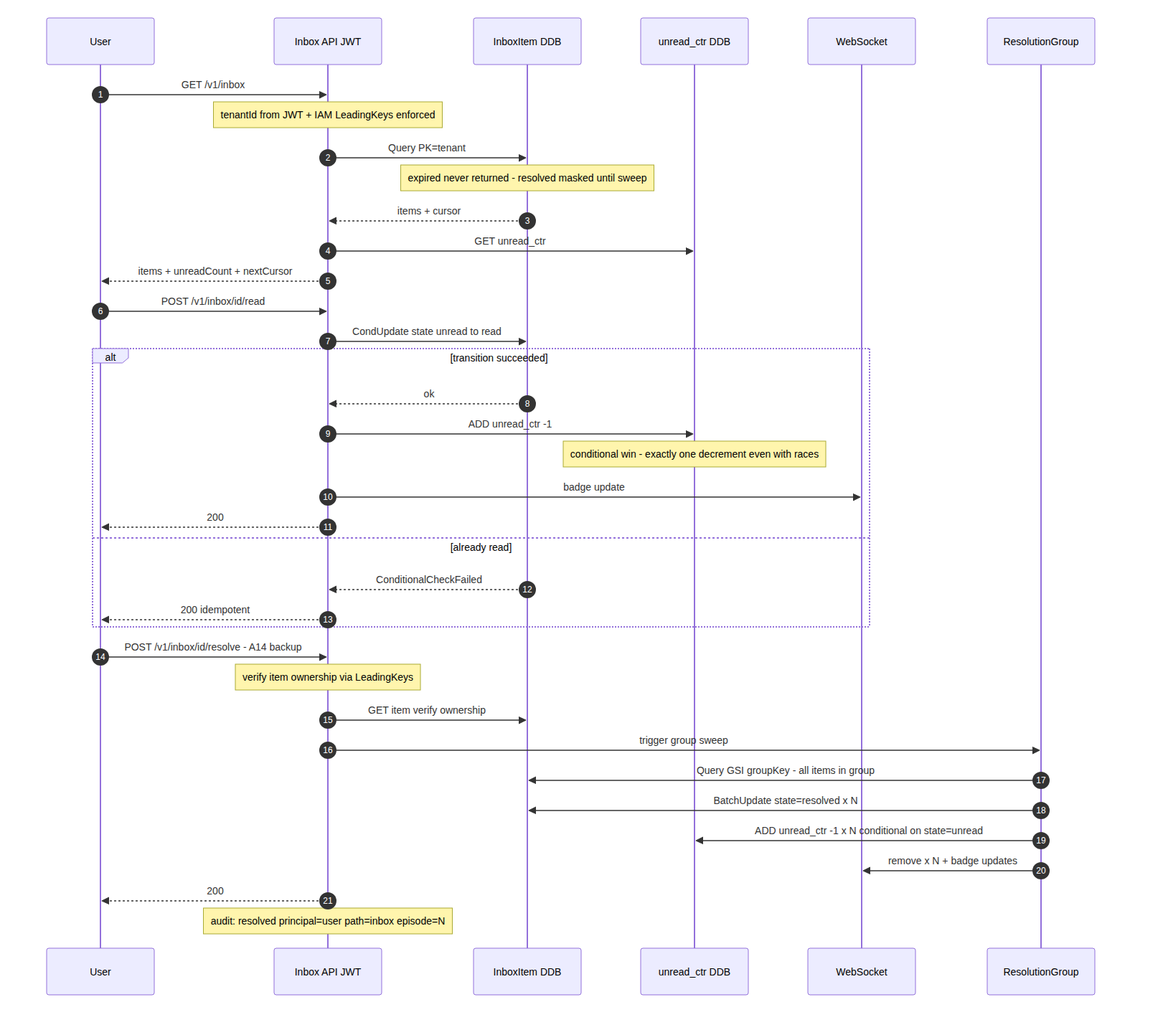
This is diagrams/f4_inbox.png from yaronyudov/CentralNotificationService, a Mermaid export, as it was before one commit. Its source is kept beside it as diagrams/f4_inbox.mmd. Its diagram source:
```mermaid
sequenceDiagram
    autonumber
    participant U as User (browser)
    participant API as Inbox API<br/>(JWT: tenantId from token)
    participant DB as InboxItem<br/>(DDB PK=tenant#user)
    participant CTR as unread_ctr<br/>(same DDB item)
    participant WS as WebSocket
    participant RG as ResolutionGroup

    U->>API: GET /v1/inbox (JWT)
    Note over API: tenantId from JWT — LeadingKeys IAM enforces it
    API->>DB: Query PK=tenant#user WHERE expiresAt>now AND state IN(unread,read)
    Note over DB: visibility filter: expired never returned<br/>resolved items masked until sweep lands
    DB-->>API: page of items + cursor
    API->>CTR: GET unread_ctr
    CTR-->>API: count
    API-->>U: {items, unreadCount, nextCursor}

    U->>API: POST /v1/inbox/{id}/read
    API->>DB: CondUpdate state=unread→read (condition: state=unread)
    alt transition succeeded
        DB-->>API: ok
        API->>CTR: ADD unread_ctr -1
        Note over CTR: atomic; conditional win ensures exactly one decrement
        alt type.dismissOnRead=true
            API->>DB: CondUpdate state=read→dismissed
        end
        API-->>U: 200
        API->>WS: badge update
    else already read/dismissed
        DB-->>API: ConditionalCheckFailed
        API-->>U: 200 (idempotent)
    end

    U->>API: POST /v1/inbox/{id}/resolve (A14 backup path)
    Note over API: verify item belongs to this user's tenant (LeadingKeys)
    API->>DB: GET item → verify ownership
    API->>RG: trigger group sweep
    RG->>DB: Query GSI groupKey → all items in group
    RG->>DB: BatchUpdate state=resolved × N
    RG->>CTR: ADD unread_ctr -1 × N users (conditional: was unread)
    RG->>WS: remove × N + badge updates
    API-->>U: 200
    Note over API: audit: resolved{principal:user, path:inbox, episode}
```
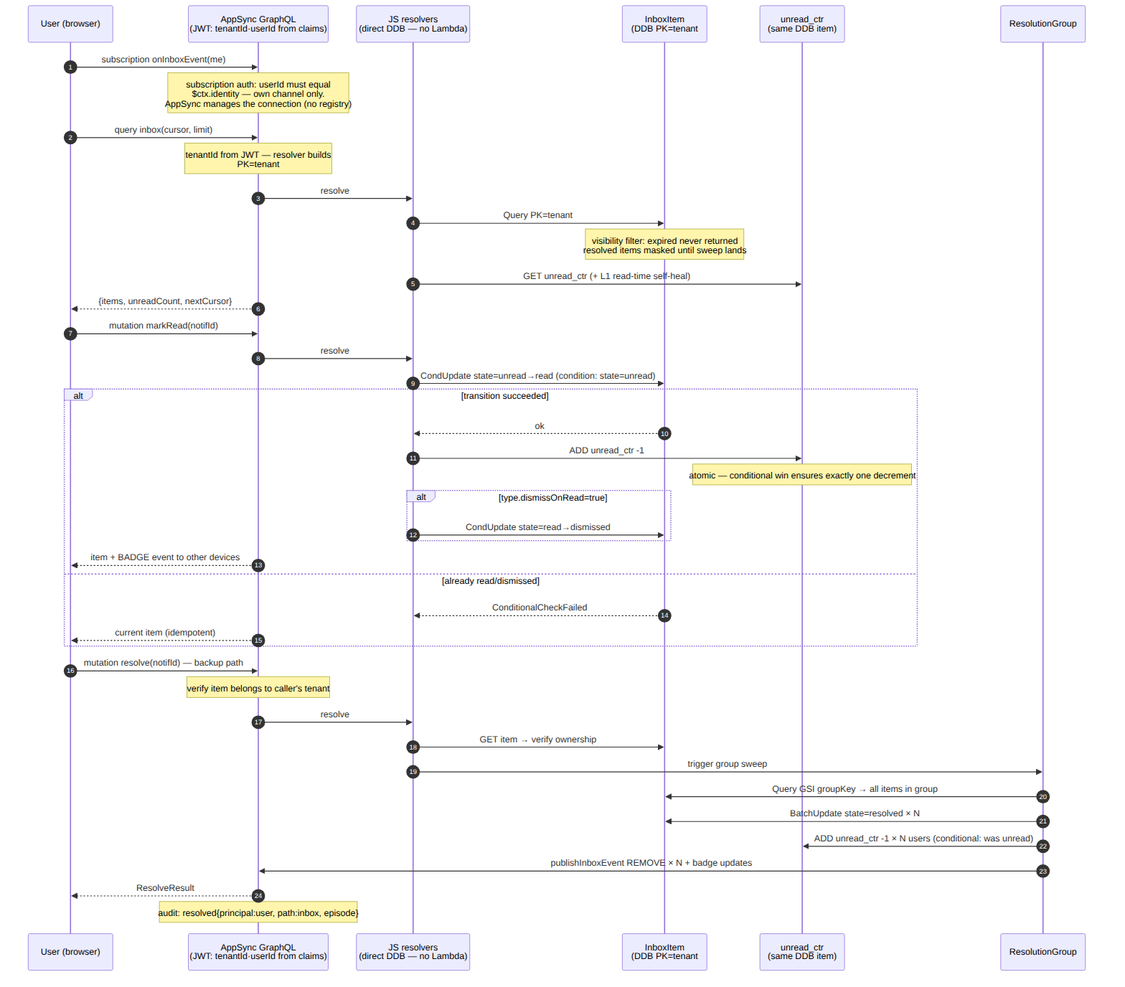
Later version of the same file.

Change to the diagram source:
```diff
@@ -1,44 +1,47 @@
 sequenceDiagram
     autonumber
     participant U as User (browser)
-    participant API as Inbox API<br/>(JWT: tenantId from token)
+    participant AS as AppSync GraphQL<br/>(JWT: tenantId·userId from claims)
+    participant R as JS resolvers<br/>(direct DDB — no Lambda)
     participant DB as InboxItem<br/>(DDB PK=tenant#user)
     participant CTR as unread_ctr<br/>(same DDB item)
-    participant WS as WebSocket
     participant RG as ResolutionGroup
 
-    U->>API: GET /v1/inbox (JWT)
-    Note over API: tenantId from JWT — LeadingKeys IAM enforces it
-    API->>DB: Query PK=tenant#user WHERE expiresAt>now AND state IN(unread,read)
+    U->>AS: subscription onInboxEvent(me)
+    Note over AS: subscription auth: userId must equal<br/>$ctx.identity — own channel only.<br/>AppSync manages the connection (no registry)
+
+    U->>AS: query inbox(cursor, limit)
+    Note over AS: tenantId from JWT — resolver builds<br/>PK=tenant#user server-side
+    AS->>R: resolve
+    R->>DB: Query PK=tenant#user WHERE expiresAt>now AND state IN(unread,read)
     Note over DB: visibility filter: expired never returned<br/>resolved items masked until sweep lands
-    DB-->>API: page of items + cursor
-    API->>CTR: GET unread_ctr
-    CTR-->>API: count
-    API-->>U: {items, unreadCount, nextCursor}
+    R->>CTR: GET unread_ctr (+ L1 read-time self-heal)
+    AS-->>U: {items, unreadCount, nextCursor}
 
-    U->>API: POST /v1/inbox/{id}/read
-    API->>DB: CondUpdate state=unread→read (condition: state=unread)
+    U->>AS: mutation markRead(notifId)
+    AS->>R: resolve
+    R->>DB: CondUpdate state=unread→read (condition: state=unread)
     alt transition succeeded
-        DB-->>API: ok
-        API->>CTR: ADD unread_ctr -1
-        Note over CTR: atomic; conditional win ensures exactly one decrement
+        DB-->>R: ok
+        R->>CTR: ADD unread_ctr -1
+        Note over CTR: atomic — conditional win ensures exactly one decrement
         alt type.dismissOnRead=true
-            API->>DB: CondUpdate state=read→dismissed
+            R->>DB: CondUpdate state=read→dismissed
         end
-        API-->>U: 200
-        API->>WS: badge update
+        AS-->>U: item + BADGE event to other devices
     else already read/dismissed
-        DB-->>API: ConditionalCheckFailed
-        API-->>U: 200 (idempotent)
+        DB-->>R: ConditionalCheckFailed
+        AS-->>U: current item (idempotent)
     end
 
-    U->>API: POST /v1/inbox/{id}/resolve (A14 backup path)
-    Note over API: verify item belongs to this user's tenant (LeadingKeys)
-    API->>DB: GET item → verify ownership
-    API->>RG: trigger group sweep
+    U->>AS: mutation resolve(notifId) — backup path
+    Note over AS: verify item belongs to caller's tenant#user
+    AS->>R: resolve
+    R->>DB: GET item → verify ownership
+    R->>RG: trigger group sweep
     RG->>DB: Query GSI groupKey → all items in group
     RG->>DB: BatchUpdate state=resolved × N
     RG->>CTR: ADD unread_ctr -1 × N users (conditional: was unread)
-    RG->>WS: remove × N + badge updates
-    API-->>U: 200
-    Note over API: audit: resolved{principal:user, path:inbox, episode}
+    RG->>AS: publishInboxEvent REMOVE × N + badge updates
+    AS-->>U: ResolveResult
+    Note over AS: audit: resolved{principal:user, path:inbox, episode}
```
